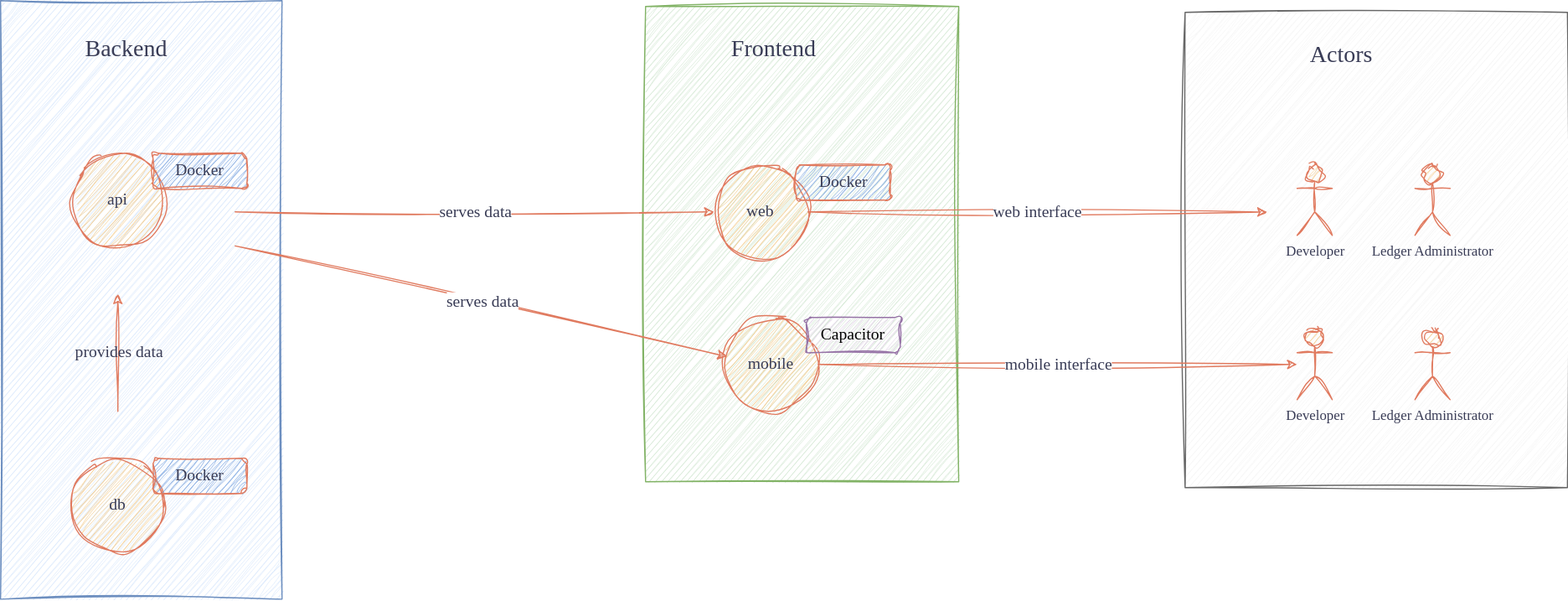
Earlier version of the draw.io export diagrams/Local.svg (bellanov/the-private-ledger). Source tidied: cells renumbered, new cells last; positions are measured from the earlier drawing's top-left corner, leaving out a move shared by most shapes.
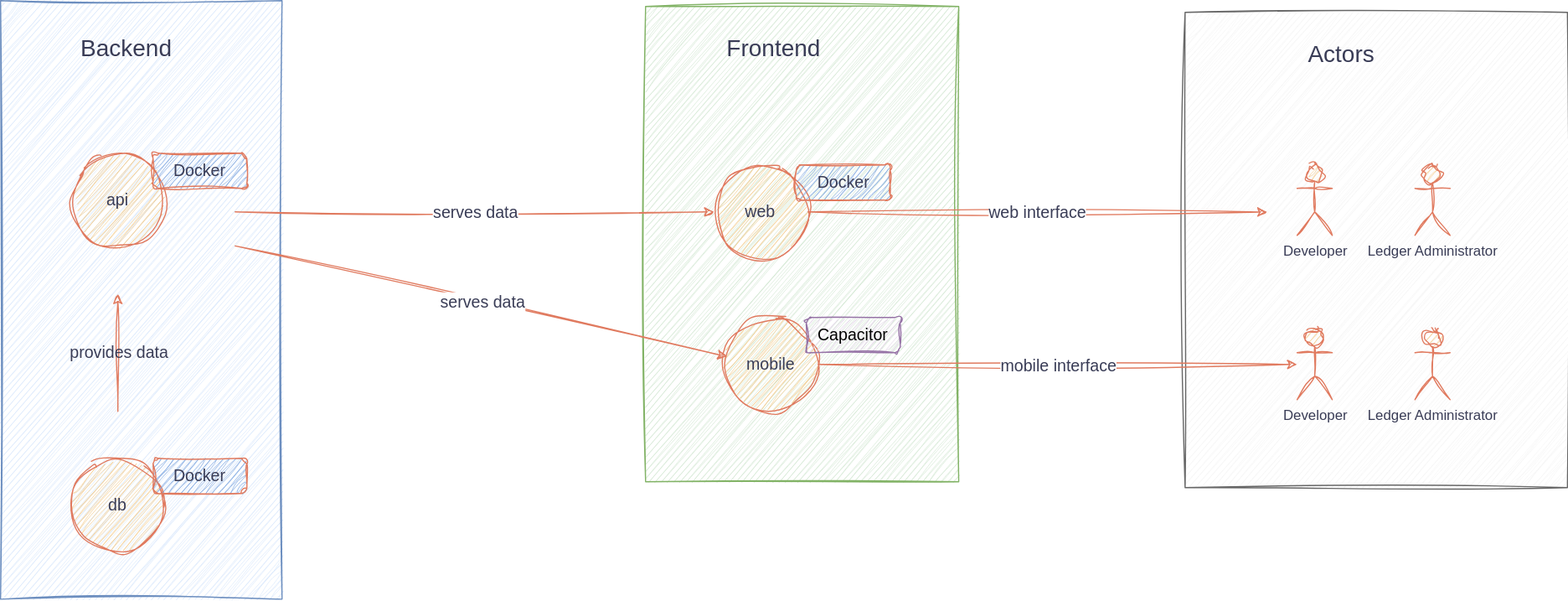
Later version of the same file.

What changed in the source:
```diff
@@ -2,107 +2,107 @@
   <root>
     <mxCell id="0" />
     <mxCell id="1" parent="0" />
-    <mxCell id="2" style="rounded=0;whiteSpace=wrap;html=1;sketch=1;hachureGap=4;jiggle=2;curveFitting=1;strokeColor=#666666;fontFamily=Architects Daughter;fontSource=https%3A%2F%2Ffonts.googleapis.com%2Fcss%3Ffamily%3DArchitects%2BDaughter;fillColor=#f5f5f5;fontColor=#333333;" parent="1" vertex="1">
+    <mxCell id="2" style="rounded=0;whiteSpace=wrap;html=1;sketch=1;hachureGap=4;jiggle=2;curveFitting=1;strokeColor=#666666;fontFamily=Helvetica;fillColor=#f5f5f5;fontColor=#333333;" parent="1" vertex="1">
       <mxGeometry x="1010" y="10" width="326" height="405" as="geometry" />
     </mxCell>
-    <mxCell id="3" style="rounded=0;whiteSpace=wrap;html=1;sketch=1;hachureGap=4;jiggle=2;curveFitting=1;strokeColor=#6c8ebf;fontFamily=Architects Daughter;fontSource=https%3A%2F%2Ffonts.googleapis.com%2Fcss%3Ffamily%3DArchitects%2BDaughter;fillColor=#dae8fc;" parent="1" vertex="1">
+    <mxCell id="3" style="rounded=0;whiteSpace=wrap;html=1;sketch=1;hachureGap=4;jiggle=2;curveFitting=1;strokeColor=#6c8ebf;fontFamily=Helvetica;fillColor=#dae8fc;" parent="1" vertex="1">
       <mxGeometry width="240" height="510" as="geometry" />
     </mxCell>
-    <mxCell id="4" style="rounded=0;whiteSpace=wrap;html=1;sketch=1;hachureGap=4;jiggle=2;curveFitting=1;strokeColor=#82b366;fontFamily=Architects Daughter;fontSource=https%3A%2F%2Ffonts.googleapis.com%2Fcss%3Ffamily%3DArchitects%2BDaughter;fillColor=#d5e8d4;" parent="1" vertex="1">
+    <mxCell id="4" style="rounded=0;whiteSpace=wrap;html=1;sketch=1;hachureGap=4;jiggle=2;curveFitting=1;strokeColor=#82b366;fontFamily=Helvetica;fillColor=#d5e8d4;" parent="1" vertex="1">
       <mxGeometry x="550" y="5" width="267" height="405" as="geometry" />
     </mxCell>
-    <mxCell id="5" style="group;fontSize=12;labelBackgroundColor=none;fontColor=#393C56;" parent="1" vertex="1">
+    <mxCell id="5" style="group;fontSize=12;labelBackgroundColor=none;fontColor=#393C56;fontFamily=Helvetica;" parent="1" vertex="1">
       <mxGeometry x="60" y="130" width="150" height="80" as="geometry" />
     </mxCell>
-    <mxCell id="6" value="api" style="ellipse;whiteSpace=wrap;html=1;sketch=1;hachureGap=4;jiggle=2;curveFitting=1;fontFamily=Architects Daughter;fontSource=https%3A%2F%2Ffonts.googleapis.com%2Fcss%3Ffamily%3DArchitects%2BDaughter;fontSize=14;labelBackgroundColor=none;fillColor=#F2CC8F;strokeColor=#E07A5F;fontColor=#393C56;" parent="5" vertex="1">
+    <mxCell id="6" value="api" style="ellipse;whiteSpace=wrap;html=1;sketch=1;hachureGap=4;jiggle=2;curveFitting=1;fontFamily=Helvetica;fontSize=14;labelBackgroundColor=none;fillColor=#F2CC8F;strokeColor=#E07A5F;fontColor=#393C56;" parent="5" vertex="1">
       <mxGeometry width="80" height="80" as="geometry" />
     </mxCell>
-    <mxCell id="7" value="Docker" style="rounded=1;whiteSpace=wrap;html=1;sketch=1;hachureGap=4;jiggle=2;curveFitting=1;fontFamily=Architects Daughter;fontSource=https%3A%2F%2Ffonts.googleapis.com%2Fcss%3Ffamily%3DArchitects%2BDaughter;fontSize=14;labelBackgroundColor=none;fillColor=#7EA6E0;strokeColor=#E07A5F;fontColor=#393C56;" parent="5" vertex="1">
+    <mxCell id="7" value="Docker" style="rounded=1;whiteSpace=wrap;html=1;sketch=1;hachureGap=4;jiggle=2;curveFitting=1;fontFamily=Helvetica;fontSize=14;labelBackgroundColor=none;fillColor=#7EA6E0;strokeColor=#E07A5F;fontColor=#393C56;" parent="5" vertex="1">
       <mxGeometry x="70" width="80" height="30" as="geometry" />
     </mxCell>
-    <mxCell id="8" value="Backend" style="text;html=1;whiteSpace=wrap;strokeColor=none;fillColor=none;align=center;verticalAlign=middle;rounded=0;fontFamily=Architects Daughter;fontSource=https%3A%2F%2Ffonts.googleapis.com%2Fcss%3Ffamily%3DArchitects%2BDaughter;fontSize=20;fontStyle=0;labelBackgroundColor=none;fontColor=#393C56;" parent="1" vertex="1">
+    <mxCell id="8" value="Backend" style="text;html=1;whiteSpace=wrap;strokeColor=none;fillColor=none;align=center;verticalAlign=middle;rounded=0;fontFamily=Helvetica;fontSize=20;fontStyle=0;labelBackgroundColor=none;fontColor=#393C56;" parent="1" vertex="1">
       <mxGeometry x="60" y="20" width="95" height="40" as="geometry" />
     </mxCell>
-    <mxCell id="9" style="group;fontSize=12;labelBackgroundColor=none;fontColor=#393C56;" parent="1" vertex="1">
+    <mxCell id="9" style="group;fontSize=12;labelBackgroundColor=none;fontColor=#393C56;fontFamily=Helvetica;" parent="1" vertex="1">
       <mxGeometry x="60" y="390" width="150" height="80" as="geometry" />
     </mxCell>
-    <mxCell id="10" value="db" style="ellipse;whiteSpace=wrap;html=1;sketch=1;hachureGap=4;jiggle=2;curveFitting=1;fontFamily=Architects Daughter;fontSource=https%3A%2F%2Ffonts.googleapis.com%2Fcss%3Ffamily%3DArchitects%2BDaughter;fontSize=14;labelBackgroundColor=none;fillColor=#F2CC8F;strokeColor=#E07A5F;fontColor=#393C56;" parent="9" vertex="1">
+    <mxCell id="10" value="db" style="ellipse;whiteSpace=wrap;html=1;sketch=1;hachureGap=4;jiggle=2;curveFitting=1;fontFamily=Helvetica;fontSize=14;labelBackgroundColor=none;fillColor=#F2CC8F;strokeColor=#E07A5F;fontColor=#393C56;" parent="9" vertex="1">
       <mxGeometry width="80" height="80" as="geometry" />
     </mxCell>
-    <mxCell id="11" value="Docker" style="rounded=1;whiteSpace=wrap;html=1;sketch=1;hachureGap=4;jiggle=2;curveFitting=1;fontFamily=Architects Daughter;fontSource=https%3A%2F%2Ffonts.googleapis.com%2Fcss%3Ffamily%3DArchitects%2BDaughter;fontSize=14;labelBackgroundColor=none;fillColor=#7EA6E0;strokeColor=#E07A5F;fontColor=#393C56;" parent="9" vertex="1">
+    <mxCell id="11" value="Docker" style="rounded=1;whiteSpace=wrap;html=1;sketch=1;hachureGap=4;jiggle=2;curveFitting=1;fontFamily=Helvetica;fontSize=14;labelBackgroundColor=none;fillColor=#7EA6E0;strokeColor=#E07A5F;fontColor=#393C56;" parent="9" vertex="1">
       <mxGeometry x="70" width="80" height="30" as="geometry" />
     </mxCell>
-    <mxCell id="12" style="endArrow=classic;html=1;rounded=0;sketch=1;hachureGap=4;jiggle=2;curveFitting=1;fontFamily=Architects Daughter;fontSource=https%3A%2F%2Ffonts.googleapis.com%2Fcss%3Ffamily%3DArchitects%2BDaughter;labelBackgroundColor=none;strokeColor=#E07A5F;fontColor=default;" parent="1" edge="1">
+    <mxCell id="12" style="endArrow=classic;html=1;rounded=0;sketch=1;hachureGap=4;jiggle=2;curveFitting=1;fontFamily=Helvetica;labelBackgroundColor=none;strokeColor=#E07A5F;fontColor=default;" parent="1" edge="1">
       <mxGeometry relative="1" as="geometry">
         <mxPoint x="100" y="350" as="sourcePoint" />
         <mxPoint x="100" y="250" as="targetPoint" />
       </mxGeometry>
     </mxCell>
-    <mxCell id="13" value="provides data" style="edgeLabel;html=1;align=center;verticalAlign=middle;sketch=1;hachureGap=4;jiggle=2;curveFitting=1;fontFamily=Architects Daughter;fontSource=https%3A%2F%2Ffonts.googleapis.com%2Fcss%3Ffamily%3DArchitects%2BDaughter;labelBackgroundColor=none;fontColor=#393C56;fontSize=14;" parent="12" vertex="1">
+    <mxCell id="13" value="provides data" style="edgeLabel;html=1;align=center;verticalAlign=middle;sketch=1;hachureGap=4;jiggle=2;curveFitting=1;fontFamily=Helvetica;labelBackgroundColor=none;fontColor=#393C56;fontSize=14;" parent="12" vertex="1">
       <mxGeometry relative="1" as="geometry" />
     </mxCell>
-    <mxCell id="14" style="group;fontSize=12;labelBackgroundColor=none;fontColor=#393C56;" parent="1" vertex="1">
+    <mxCell id="14" style="group;fontSize=12;labelBackgroundColor=none;fontColor=#393C56;fontFamily=Helvetica;" parent="1" vertex="1">
       <mxGeometry x="608.5" y="140" width="150" height="80" as="geometry" />
     </mxCell>
-    <mxCell id="15" value="web" style="ellipse;whiteSpace=wrap;html=1;sketch=1;hachureGap=4;jiggle=2;curveFitting=1;fontFamily=Architects Daughter;fontSource=https%3A%2F%2Ffonts.googleapis.com%2Fcss%3Ffamily%3DArchitects%2BDaughter;fontSize=14;labelBackgroundColor=none;fillColor=#F2CC8F;strokeColor=#E07A5F;fontColor=#393C56;" parent="14" vertex="1">
+    <mxCell id="15" value="web" style="ellipse;whiteSpace=wrap;html=1;sketch=1;hachureGap=4;jiggle=2;curveFitting=1;fontFamily=Helvetica;fontSize=14;labelBackgroundColor=none;fillColor=#F2CC8F;strokeColor=#E07A5F;fontColor=#393C56;" parent="14" vertex="1">
       <mxGeometry width="80" height="80" as="geometry" />
     </mxCell>
-    <mxCell id="16" value="Docker" style="rounded=1;whiteSpace=wrap;html=1;sketch=1;hachureGap=4;jiggle=2;curveFitting=1;fontFamily=Architects Daughter;fontSource=https%3A%2F%2Ffonts.googleapis.com%2Fcss%3Ffamily%3DArchitects%2BDaughter;fontSize=14;labelBackgroundColor=none;fillColor=#7EA6E0;strokeColor=#E07A5F;fontColor=#393C56;" parent="14" vertex="1">
+    <mxCell id="16" value="Docker" style="rounded=1;whiteSpace=wrap;html=1;sketch=1;hachureGap=4;jiggle=2;curveFitting=1;fontFamily=Helvetica;fontSize=14;labelBackgroundColor=none;fillColor=#7EA6E0;strokeColor=#E07A5F;fontColor=#393C56;" parent="14" vertex="1">
       <mxGeometry x="70" width="80" height="30" as="geometry" />
     </mxCell>
-    <mxCell id="17" style="group;fontSize=12;labelBackgroundColor=none;fontColor=#393C56;" parent="1" vertex="1">
+    <mxCell id="17" style="group;fontSize=12;labelBackgroundColor=none;fontColor=#393C56;fontFamily=Helvetica;" parent="1" vertex="1">
       <mxGeometry x="617" y="270" width="150" height="80" as="geometry" />
     </mxCell>
-    <mxCell id="18" value="mobile" style="ellipse;whiteSpace=wrap;html=1;sketch=1;hachureGap=4;jiggle=2;curveFitting=1;fontFamily=Architects Daughter;fontSource=https%3A%2F%2Ffonts.googleapis.com%2Fcss%3Ffamily%3DArchitects%2BDaughter;fontSize=14;labelBackgroundColor=none;fillColor=#F2CC8F;strokeColor=#E07A5F;fontColor=#393C56;" parent="17" vertex="1">
+    <mxCell id="18" value="mobile" style="ellipse;whiteSpace=wrap;html=1;sketch=1;hachureGap=4;jiggle=2;curveFitting=1;fontFamily=Helvetica;fontSize=14;labelBackgroundColor=none;fillColor=#F2CC8F;strokeColor=#E07A5F;fontColor=#393C56;" parent="17" vertex="1">
       <mxGeometry width="80" height="80" as="geometry" />
     </mxCell>
-    <mxCell id="19" value="Capacitor" style="rounded=1;whiteSpace=wrap;html=1;sketch=1;hachureGap=4;jiggle=2;curveFitting=1;fontFamily=Architects Daughter;fontSource=https%3A%2F%2Ffonts.googleapis.com%2Fcss%3Ffamily%3DArchitects%2BDaughter;fontSize=14;labelBackgroundColor=none;fillColor=#e1d5e7;strokeColor=#9673a6;" parent="17" vertex="1">
+    <mxCell id="19" value="Capacitor" style="rounded=1;whiteSpace=wrap;html=1;sketch=1;hachureGap=4;jiggle=2;curveFitting=1;fontFamily=Helvetica;fontSize=14;labelBackgroundColor=none;fillColor=#e1d5e7;strokeColor=#9673a6;" parent="17" vertex="1">
       <mxGeometry x="70" width="80" height="30" as="geometry" />
     </mxCell>
-    <mxCell id="20" value="Frontend" style="text;html=1;whiteSpace=wrap;strokeColor=none;fillColor=none;align=center;verticalAlign=middle;rounded=0;fontFamily=Architects Daughter;fontSource=https%3A%2F%2Ffonts.googleapis.com%2Fcss%3Ffamily%3DArchitects%2BDaughter;fontSize=20;fontStyle=0;labelBackgroundColor=none;fontColor=#393C56;" parent="1" vertex="1">
+    <mxCell id="20" value="Frontend" style="text;html=1;whiteSpace=wrap;strokeColor=none;fillColor=none;align=center;verticalAlign=middle;rounded=0;fontFamily=Helvetica;fontSize=20;fontStyle=0;labelBackgroundColor=none;fontColor=#393C56;" parent="1" vertex="1">
       <mxGeometry x="612.5" y="25" width="95" height="30" as="geometry" />
     </mxCell>
-    <mxCell id="21" style="endArrow=classic;html=1;rounded=0;sketch=1;hachureGap=4;jiggle=2;curveFitting=1;fontFamily=Architects Daughter;fontSource=https%3A%2F%2Ffonts.googleapis.com%2Fcss%3Ffamily%3DArchitects%2BDaughter;labelBackgroundColor=none;strokeColor=#E07A5F;fontColor=default;entryX=0;entryY=0.5;entryDx=0;entryDy=0;" parent="1" edge="1" target="15">
+    <mxCell id="21" style="endArrow=classic;html=1;rounded=0;sketch=1;hachureGap=4;jiggle=2;curveFitting=1;fontFamily=Helvetica;labelBackgroundColor=none;strokeColor=#E07A5F;fontColor=default;entryX=0;entryY=0.5;entryDx=0;entryDy=0;" parent="1" edge="1" target="15">
       <mxGeometry relative="1" as="geometry">
         <mxPoint x="200" y="180" as="sourcePoint" />
       </mxGeometry>
     </mxCell>
-    <mxCell id="22" value="serves data" style="edgeLabel;html=1;align=center;verticalAlign=middle;sketch=1;hachureGap=4;jiggle=2;curveFitting=1;fontFamily=Architects Daughter;fontSource=https%3A%2F%2Ffonts.googleapis.com%2Fcss%3Ffamily%3DArchitects%2BDaughter;labelBackgroundColor=default;fontColor=#393C56;fontSize=14;" parent="21" vertex="1">
+    <mxCell id="22" value="serves data" style="edgeLabel;html=1;align=center;verticalAlign=middle;sketch=1;hachureGap=4;jiggle=2;curveFitting=1;fontFamily=Helvetica;labelBackgroundColor=default;fontColor=#393C56;fontSize=14;" parent="21" vertex="1">
       <mxGeometry relative="1" as="geometry" />
     </mxCell>
-    <mxCell id="23" style="endArrow=classic;html=1;rounded=0;sketch=1;hachureGap=4;jiggle=2;curveFitting=1;fontFamily=Architects Daughter;fontSource=https%3A%2F%2Ffonts.googleapis.com%2Fcss%3Ffamily%3DArchitects%2BDaughter;labelBackgroundColor=none;strokeColor=#E07A5F;fontColor=default;entryX=0.033;entryY=0.417;entryDx=0;entryDy=0;entryPerimeter=0;" parent="1" edge="1" target="18">
+    <mxCell id="23" style="endArrow=classic;html=1;rounded=0;sketch=1;hachureGap=4;jiggle=2;curveFitting=1;fontFamily=Helvetica;labelBackgroundColor=none;strokeColor=#E07A5F;fontColor=default;entryX=0.033;entryY=0.417;entryDx=0;entryDy=0;entryPerimeter=0;" parent="1" edge="1" target="18">
       <mxGeometry relative="1" as="geometry">
         <mxPoint x="200" y="209" as="sourcePoint" />
       </mxGeometry>
     </mxCell>
-    <mxCell id="24" value="serves data" style="edgeLabel;html=1;align=center;verticalAlign=middle;sketch=1;hachureGap=4;jiggle=2;curveFitting=1;fontFamily=Architects Daughter;fontSource=https%3A%2F%2Ffonts.googleapis.com%2Fcss%3Ffamily%3DArchitects%2BDaughter;labelBackgroundColor=default;fontColor=#393C56;fontSize=14;" parent="23" vertex="1">
+    <mxCell id="24" value="serves data" style="edgeLabel;html=1;align=center;verticalAlign=middle;sketch=1;hachureGap=4;jiggle=2;curveFitting=1;fontFamily=Helvetica;labelBackgroundColor=default;fontColor=#393C56;fontSize=14;" parent="23" vertex="1">
       <mxGeometry relative="1" as="geometry" />
     </mxCell>
-    <mxCell id="25" value="Actors" style="text;html=1;whiteSpace=wrap;strokeColor=none;fillColor=none;align=center;verticalAlign=middle;rounded=0;fontFamily=Architects Daughter;fontSource=https%3A%2F%2Ffonts.googleapis.com%2Fcss%3Ffamily%3DArchitects%2BDaughter;fontSize=20;fontStyle=0;labelBackgroundColor=none;fontColor=#393C56;" parent="1" vertex="1">
+    <mxCell id="25" value="Actors" style="text;html=1;whiteSpace=wrap;strokeColor=none;fillColor=none;align=center;verticalAlign=middle;rounded=0;fontFamily=Helvetica;fontSize=20;fontStyle=0;labelBackgroundColor=none;fontColor=#393C56;" parent="1" vertex="1">
       <mxGeometry x="1096" y="30" width="95" height="30" as="geometry" />
     </mxCell>
-    <mxCell id="26" value="Ledger Administrator" style="shape=umlActor;verticalLabelPosition=bottom;verticalAlign=top;html=1;sketch=1;hachureGap=4;jiggle=2;curveFitting=1;strokeColor=#E07A5F;fontFamily=Architects Daughter;fontSource=https%3A%2F%2Ffonts.googleapis.com%2Fcss%3Ffamily%3DArchitects%2BDaughter;fontColor=#393C56;fillColor=#F2CC8F;" parent="1" vertex="1">
+    <mxCell id="26" value="Ledger Administrator" style="shape=umlActor;verticalLabelPosition=bottom;verticalAlign=top;html=1;sketch=1;hachureGap=4;jiggle=2;curveFitting=1;strokeColor=#E07A5F;fontFamily=Helvetica;fontColor=#393C56;fillColor=#F2CC8F;" parent="1" vertex="1">
       <mxGeometry x="1206" y="140" width="30" height="60" as="geometry" />
     </mxCell>
-    <mxCell id="27" value="Developer" style="shape=umlActor;verticalLabelPosition=bottom;verticalAlign=top;html=1;sketch=1;hachureGap=4;jiggle=2;curveFitting=1;strokeColor=#E07A5F;fontFamily=Architects Daughter;fontSource=https%3A%2F%2Ffonts.googleapis.com%2Fcss%3Ffamily%3DArchitects%2BDaughter;fontColor=#393C56;fillColor=#F2CC8F;" parent="1" vertex="1">
+    <mxCell id="27" value="Developer" style="shape=umlActor;verticalLabelPosition=bottom;verticalAlign=top;html=1;sketch=1;hachureGap=4;jiggle=2;curveFitting=1;strokeColor=#E07A5F;fontFamily=Helvetica;fontColor=#393C56;fillColor=#F2CC8F;" parent="1" vertex="1">
       <mxGeometry x="1105.5" y="140" width="30" height="60" as="geometry" />
     </mxCell>
-    <mxCell id="28" style="endArrow=classic;html=1;rounded=0;sketch=1;hachureGap=4;jiggle=2;curveFitting=1;fontFamily=Architects Daughter;fontSource=https%3A%2F%2Ffonts.googleapis.com%2Fcss%3Ffamily%3DArchitects%2BDaughter;labelBackgroundColor=none;strokeColor=#E07A5F;fontColor=default;exitX=1;exitY=0.5;exitDx=0;exitDy=0;entryX=0.215;entryY=0.42;entryDx=0;entryDy=0;entryPerimeter=0;" parent="1" edge="1" source="15" target="2">
+    <mxCell id="28" style="endArrow=classic;html=1;rounded=0;sketch=1;hachureGap=4;jiggle=2;curveFitting=1;fontFamily=Helvetica;labelBackgroundColor=none;strokeColor=#E07A5F;fontColor=default;exitX=1;exitY=0.5;exitDx=0;exitDy=0;entryX=0.215;entryY=0.42;entryDx=0;entryDy=0;entryPerimeter=0;" parent="1" edge="1" source="15" target="2">
       <mxGeometry relative="1" as="geometry" />
     </mxCell>
-    <mxCell id="29" value="web interface" style="edgeLabel;html=1;align=center;verticalAlign=middle;sketch=1;hachureGap=4;jiggle=2;curveFitting=1;fontFamily=Architects Daughter;fontSource=https%3A%2F%2Ffonts.googleapis.com%2Fcss%3Ffamily%3DArchitects%2BDaughter;labelBackgroundColor=default;fontColor=#393C56;fontSize=14;" parent="28" vertex="1">
+    <mxCell id="29" value="web interface" style="edgeLabel;html=1;align=center;verticalAlign=middle;sketch=1;hachureGap=4;jiggle=2;curveFitting=1;fontFamily=Helvetica;labelBackgroundColor=default;fontColor=#393C56;fontSize=14;" parent="28" vertex="1">
       <mxGeometry relative="1" as="geometry" />
     </mxCell>
-    <mxCell id="30" style="endArrow=classic;html=1;rounded=0;sketch=1;hachureGap=4;jiggle=2;curveFitting=1;fontFamily=Architects Daughter;fontSource=https%3A%2F%2Ffonts.googleapis.com%2Fcss%3Ffamily%3DArchitects%2BDaughter;labelBackgroundColor=none;strokeColor=#E07A5F;fontColor=default;" parent="1" edge="1" source="18" target="33">
+    <mxCell id="30" style="endArrow=classic;html=1;rounded=0;sketch=1;hachureGap=4;jiggle=2;curveFitting=1;fontFamily=Helvetica;labelBackgroundColor=none;strokeColor=#E07A5F;fontColor=default;" parent="1" edge="1" source="18" target="33">
       <mxGeometry relative="1" as="geometry" />
     </mxCell>
-    <mxCell id="31" value="mobile interface" style="edgeLabel;html=1;align=center;verticalAlign=middle;sketch=1;hachureGap=4;jiggle=2;curveFitting=1;fontFamily=Architects Daughter;fontSource=https%3A%2F%2Ffonts.googleapis.com%2Fcss%3Ffamily%3DArchitects%2BDaughter;labelBackgroundColor=default;fontColor=#393C56;fontSize=14;" parent="30" vertex="1">
+    <mxCell id="31" value="mobile interface" style="edgeLabel;html=1;align=center;verticalAlign=middle;sketch=1;hachureGap=4;jiggle=2;curveFitting=1;fontFamily=Helvetica;labelBackgroundColor=default;fontColor=#393C56;fontSize=14;" parent="30" vertex="1">
       <mxGeometry relative="1" as="geometry" />
     </mxCell>
-    <mxCell id="32" value="Ledger Administrator" style="shape=umlActor;verticalLabelPosition=bottom;verticalAlign=top;html=1;sketch=1;hachureGap=4;jiggle=2;curveFitting=1;strokeColor=#E07A5F;fontFamily=Architects Daughter;fontSource=https%3A%2F%2Ffonts.googleapis.com%2Fcss%3Ffamily%3DArchitects%2BDaughter;fontColor=#393C56;fillColor=#F2CC8F;" parent="1" vertex="1">
+    <mxCell id="32" value="Ledger Administrator" style="shape=umlActor;verticalLabelPosition=bottom;verticalAlign=top;html=1;sketch=1;hachureGap=4;jiggle=2;curveFitting=1;strokeColor=#E07A5F;fontFamily=Helvetica;fontColor=#393C56;fillColor=#F2CC8F;" parent="1" vertex="1">
       <mxGeometry x="1206" y="280" width="30" height="60" as="geometry" />
     </mxCell>
-    <mxCell id="33" value="Developer" style="shape=umlActor;verticalLabelPosition=bottom;verticalAlign=top;html=1;outlineConnect=0;sketch=1;hachureGap=4;jiggle=2;curveFitting=1;strokeColor=#E07A5F;fontFamily=Architects Daughter;fontSource=https%3A%2F%2Ffonts.googleapis.com%2Fcss%3Ffamily%3DArchitects%2BDaughter;fontColor=#393C56;fillColor=#F2CC8F;" parent="1" vertex="1">
+    <mxCell id="33" value="Developer" style="shape=umlActor;verticalLabelPosition=bottom;verticalAlign=top;html=1;outlineConnect=0;sketch=1;hachureGap=4;jiggle=2;curveFitting=1;strokeColor=#E07A5F;fontFamily=Helvetica;fontColor=#393C56;fillColor=#F2CC8F;" parent="1" vertex="1">
       <mxGeometry x="1105.5" y="280" width="30" height="60" as="geometry" />
     </mxCell>
   </root>
```
